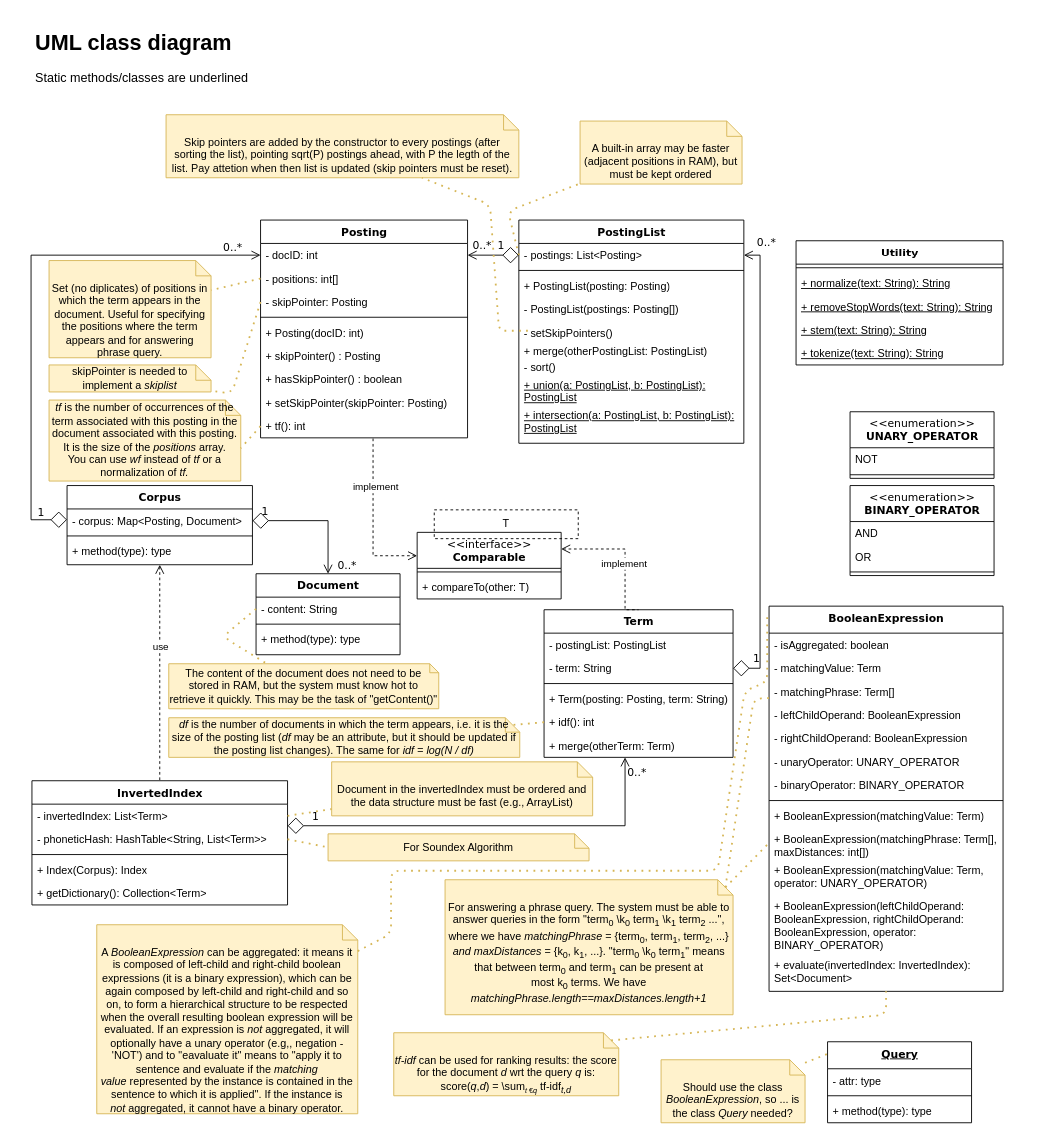
Earlier version of the draw.io diagram UML/BasicIRSystem.drawio (matteoferfoglia/Information-Retrieval-System). Source tidied: cells renumbered, new cells numbered last; positions are measured from the earlier drawing's top-left corner, leaving out a move shared by most shapes. Both pictures are drawn from the tidied source at 90%, with x=0, y=0 at pixel (31, 24).
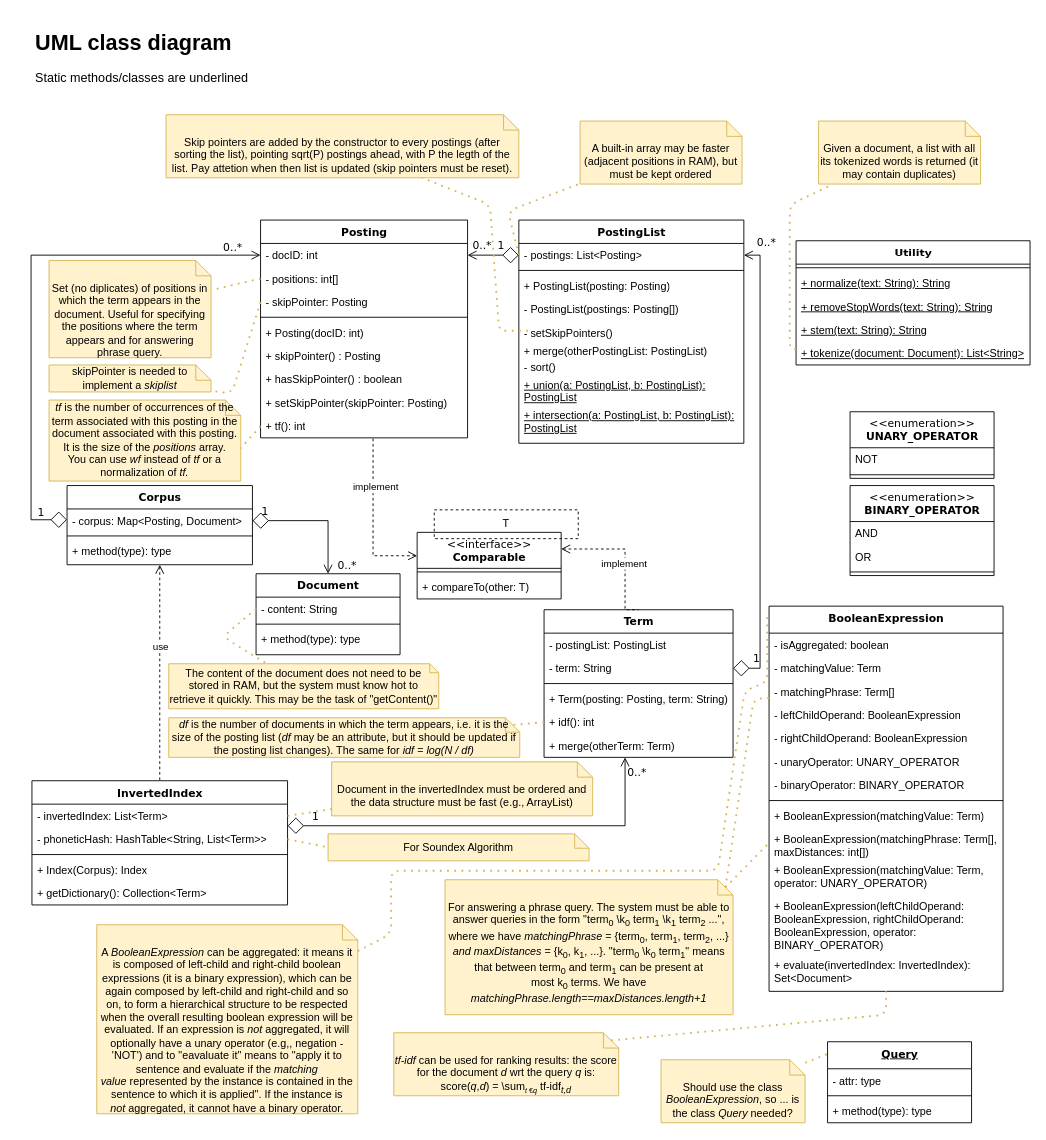
The same diagram, later.

Commit message (it also covers changes not shown here):
Update UML class diagram

What changed in the source:
```diff
@@
     <mxCell id="101" value="Utility" style="swimlane;html=1;fontStyle=1;align=center;verticalAlign=top;horizontal=1;startSize=26;swimlaneFillColor=none;rounded=0;shadow=0;comic=0;labelBackgroundColor=none;strokeWidth=1;fillColor=none;fontFamily=Verdana;fontSize=12;" parent="1" vertex="1">
-      <mxGeometry x="850" y="240" width="230" height="138" as="geometry" />
+      <mxGeometry x="850" y="240" width="260" height="138" as="geometry" />
     </mxCell>
     <mxCell id="102" style="line;html=1;strokeWidth=1;fillColor=none;align=left;verticalAlign=middle;spacingTop=-1;spacingLeft=3;spacingRight=3;labelPosition=right;" parent="101" vertex="1">
-      <mxGeometry y="26" width="230" height="8" as="geometry" />
+      <mxGeometry y="26" width="260" height="8" as="geometry" />
     </mxCell>
     <mxCell id="103" value="&lt;u&gt;+ normalize(text: String): String&lt;/u&gt;" style="text;html=1;strokeColor=none;fillColor=none;align=left;verticalAlign=top;spacingLeft=4;spacingRight=4;whiteSpace=wrap;overflow=hidden;" parent="101" vertex="1">
-      <mxGeometry y="34" width="230" height="26" as="geometry" />
+      <mxGeometry y="34" width="260" height="26" as="geometry" />
     </mxCell>
     <mxCell id="104" value="&lt;u&gt;+ removeStopWords(text: String): String&lt;/u&gt;" style="text;html=1;strokeColor=none;fillColor=none;align=left;verticalAlign=top;spacingLeft=4;spacingRight=4;whiteSpace=wrap;overflow=hidden;" parent="101" vertex="1">
-      <mxGeometry y="60" width="230" height="26" as="geometry" />
+      <mxGeometry y="60" width="260" height="26" as="geometry" />
     </mxCell>
     <mxCell id="105" value="&lt;u&gt;+ stem(text: String): String&lt;/u&gt;" style="text;html=1;strokeColor=none;fillColor=none;align=left;verticalAlign=top;spacingLeft=4;spacingRight=4;whiteSpace=wrap;overflow=hidden;" parent="101" vertex="1">
-      <mxGeometry y="86" width="230" height="26" as="geometry" />
+      <mxGeometry y="86" width="260" height="26" as="geometry" />
     </mxCell>
-    <mxCell id="106" value="&lt;u&gt;+ tokenize(text: String): String&lt;/u&gt;" style="text;html=1;strokeColor=none;fillColor=none;align=left;verticalAlign=top;spacingLeft=4;spacingRight=4;whiteSpace=wrap;overflow=hidden;points=[[0,0.5],[1,0.5]];portConstraint=eastwest;" parent="101" vertex="1">
-      <mxGeometry y="112" width="230" height="26" as="geometry" />
+    <mxCell id="106" value="&lt;u&gt;+ tokenize(document: Document): List&amp;lt;String&amp;gt;&lt;/u&gt;" style="text;html=1;strokeColor=none;fillColor=none;align=left;verticalAlign=top;spacingLeft=4;spacingRight=4;whiteSpace=wrap;overflow=hidden;points=[[0,0.5],[1,0.5]];portConstraint=eastwest;" parent="101" vertex="1">
+      <mxGeometry y="112" width="260" height="26" as="geometry" />
     </mxCell>
@@
+    <mxCell id="129" value="Given a document, a list with all its tokenized words is returned (it may contain duplicates)" style="shape=note2;boundedLbl=1;whiteSpace=wrap;html=1;size=17;verticalAlign=top;align=center;labelBackgroundColor=none;fillColor=#fff2cc;strokeColor=#d6b656;" parent="1" vertex="1">
+      <mxGeometry x="875" y="107" width="180" height="70" as="geometry" />
+    </mxCell>
+    <mxCell id="130" style="endArrow=none;dashed=1;html=1;dashPattern=1 3;strokeWidth=2;fillColor=#fff2cc;strokeColor=#d6b656;" parent="1" edge="1" source="106" target="129">
+      <mxGeometry relative="1" as="geometry">
+        <Array as="points">
+          <mxPoint x="843" y="360" />
+          <mxPoint x="843" y="200" />
+        </Array>
+      </mxGeometry>
+    </mxCell>
```
